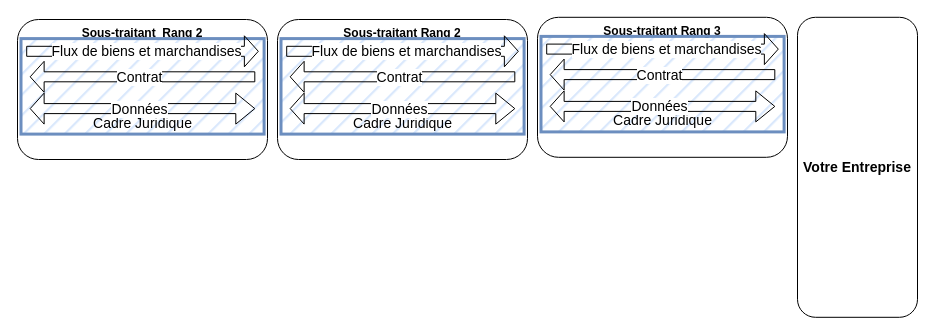
Fabrice-64/Drawings keeps this draw.io diagram as page "Page-4" (4 of 10) of Articulation des systèmes d'information.drawio. Above is the earlier version. Source tidied: cells renumbered, new cells numbered last; positions are measured from the earlier drawing's top-left corner, leaving out a move shared by most shapes. Both pictures are drawn from the tidied source at 100%, with x=0, y=0 at pixel (17, 17).
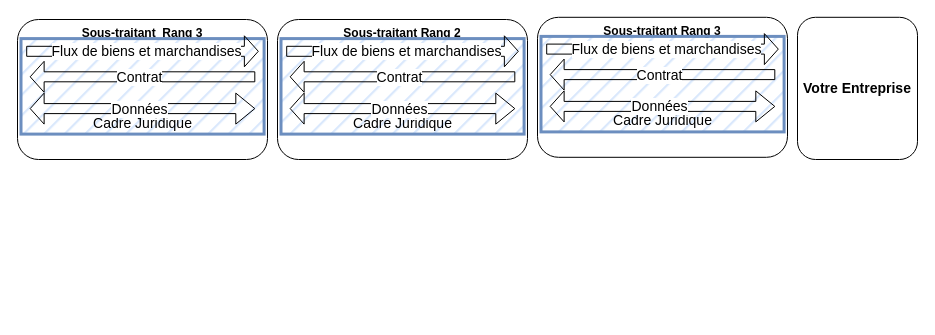
Above is the later version.

The change refers to these unchanged cells:
```xml
<mxCell id="2" style="group;" parent="1" vertex="1">
  <mxGeometry y="2" width="250" height="140" as="geometry" />
</mxCell>
```

Change to the diagram source:
```diff
@@
-    <mxCell id="3" value="&lt;b&gt;Sous-traitant&amp;nbsp; Rang 2&lt;/b&gt;" style="rounded=1;whiteSpace=wrap;html=1;verticalAlign=top;" parent="2" vertex="1">
+    <mxCell id="3" value="&lt;b&gt;Sous-traitant&amp;nbsp; Rang 3&lt;/b&gt;" style="rounded=1;whiteSpace=wrap;html=1;verticalAlign=top;" parent="2" vertex="1">
       <mxGeometry width="250" height="140" as="geometry" />
     </mxCell>
@@
     <mxCell id="29" value="&lt;font style=&quot;font-size: 14px;&quot;&gt;&lt;b&gt;Votre Entreprise&lt;/b&gt;&lt;/font&gt;" style="rounded=1;whiteSpace=wrap;html=1;" parent="1" vertex="1">
-      <mxGeometry x="780" y="-0.2" width="120" height="300" as="geometry" />
+      <mxGeometry x="780" y="-0.2" width="120" height="142.2" as="geometry" />
     </mxCell>
```
